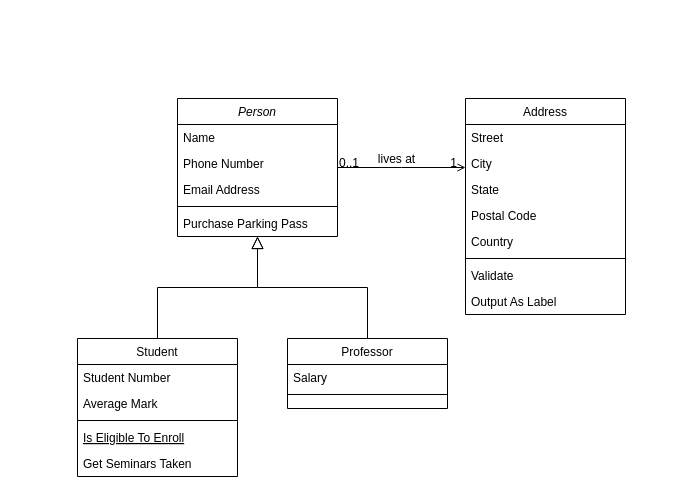
Earlier version of the draw.io diagram Модель сущностей.drawio (metaversia-ru/diagrams_public). Source tidied: cells renumbered, new cells numbered last; positions are measured from the earlier drawing's top-left corner, leaving out a move shared by most shapes. Both pictures are drawn from the tidied source at 100%, with x=0, y=0 at pixel (77, 98).
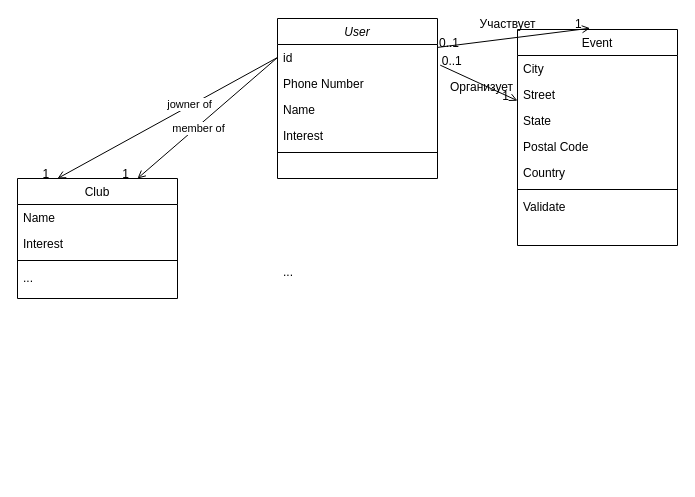
Above is the later version.

What changed in the source:
```diff
@@
-    <mxCell id="2" value="Person" style="swimlane;fontStyle=2;align=center;verticalAlign=top;horizontal=1;startSize=26;rounded=0;shadow=0;strokeWidth=1;" parent="1" vertex="1">
-      <mxGeometry x="100" width="160" height="138" as="geometry" />
+    <mxCell id="2" value="User" style="swimlane;fontStyle=2;align=center;verticalAlign=top;horizontal=1;startSize=26;rounded=0;shadow=0;strokeWidth=1;" parent="1" vertex="1">
+      <mxGeometry x="200" y="-80" width="160" height="160" as="geometry" />
     </mxCell>
-    <mxCell id="3" value="Name" style="text;align=left;verticalAlign=top;spacingLeft=4;spacingRight=4;overflow=hidden;points=[[0,0.5],[1,0.5]];portConstraint=eastwest;" parent="2" vertex="1">
+    <mxCell id="3" value="id" style="text;align=left;verticalAlign=top;spacingLeft=4;spacingRight=4;overflow=hidden;points=[[0,0.5],[1,0.5]];portConstraint=eastwest;" parent="2" vertex="1">
       <mxGeometry y="26" width="160" height="26" as="geometry" />
     </mxCell>
+    <mxCell id="32" value="Phone Number" style="text;align=left;verticalAlign=top;spacingLeft=4;spacingRight=4;overflow=hidden;rounded=0;shadow=0;html=0;" parent="2" vertex="1">
+      <mxGeometry y="52" width="160" height="26" as="geometry" />
+    </mxCell>
+    <mxCell id="33" value="Name" style="text;align=left;verticalAlign=top;spacingLeft=4;spacingRight=4;overflow=hidden;rounded=0;shadow=0;html=0;" parent="2" vertex="1">
+      <mxGeometry y="78" width="160" height="26" as="geometry" />
+    </mxCell>
-    <mxCell id="4" value="Phone Number" style="text;align=left;verticalAlign=top;spacingLeft=4;spacingRight=4;overflow=hidden;rounded=0;shadow=0;html=0;" parent="2" vertex="1">
-      <mxGeometry y="52" width="160" height="26" as="geometry" />
+    <mxCell id="4" value="Interest" style="text;align=left;verticalAlign=top;spacingLeft=4;spacingRight=4;overflow=hidden;rounded=0;shadow=0;html=0;" parent="2" vertex="1">
+      <mxGeometry y="104" width="160" height="26" as="geometry" />
     </mxCell>
-    <mxCell id="5" value="Email Address" style="text;align=left;verticalAlign=top;spacingLeft=4;spacingRight=4;overflow=hidden;rounded=0;shadow=0;html=0;" parent="2" vertex="1">
-      <mxGeometry y="78" width="160" height="26" as="geometry" />
-    </mxCell>
     <mxCell id="6" style="line;html=1;strokeWidth=1;align=left;verticalAlign=middle;spacingTop=-1;spacingLeft=3;spacingRight=3;labelPosition=right;" parent="2" vertex="1">
-      <mxGeometry y="104" width="160" height="8" as="geometry" />
+      <mxGeometry y="130" width="160" height="8" as="geometry" />
     </mxCell>
-    <mxCell id="7" value="Purchase Parking Pass" style="text;align=left;verticalAlign=top;spacingLeft=4;spacingRight=4;overflow=hidden;" parent="2" vertex="1">
-      <mxGeometry y="112" width="160" height="26" as="geometry" />
-    </mxCell>
-    <mxCell id="8" value="Student" style="swimlane;fontStyle=0;align=center;verticalAlign=top;horizontal=1;startSize=26;rounded=0;shadow=0;strokeWidth=1;" parent="1" vertex="1">
-      <mxGeometry y="240" width="160" height="138" as="geometry" />
-    </mxCell>
-    <mxCell id="9" value="Student Number" style="text;align=left;verticalAlign=top;spacingLeft=4;spacingRight=4;overflow=hidden;" parent="8" vertex="1">
-      <mxGeometry y="26" width="160" height="26" as="geometry" />
-    </mxCell>
-    <mxCell id="10" value="Average Mark" style="text;align=left;verticalAlign=top;spacingLeft=4;spacingRight=4;overflow=hidden;rounded=0;shadow=0;html=0;" parent="8" vertex="1">
-      <mxGeometry y="52" width="160" height="26" as="geometry" />
-    </mxCell>
-    <mxCell id="11" style="line;html=1;strokeWidth=1;align=left;verticalAlign=middle;spacingTop=-1;spacingLeft=3;spacingRight=3;labelPosition=right;" parent="8" vertex="1">
-      <mxGeometry y="78" width="160" height="8" as="geometry" />
-    </mxCell>
-    <mxCell id="12" value="Is Eligible To Enroll" style="text;align=left;verticalAlign=top;spacingLeft=4;spacingRight=4;overflow=hidden;fontStyle=4;" parent="8" vertex="1">
-      <mxGeometry y="86" width="160" height="26" as="geometry" />
-    </mxCell>
-    <mxCell id="13" value="Get Seminars Taken" style="text;align=left;verticalAlign=top;spacingLeft=4;spacingRight=4;overflow=hidden;" parent="8" vertex="1">
-      <mxGeometry y="112" width="160" height="26" as="geometry" />
-    </mxCell>
-    <mxCell id="14" style="endArrow=block;endSize=10;endFill=0;shadow=0;strokeWidth=1;rounded=0;edgeStyle=elbowEdgeStyle;elbow=vertical;" parent="1" edge="1" source="8" target="2">
-      <mxGeometry relative="1" as="geometry" />
-    </mxCell>
-    <mxCell id="15" value="Professor" style="swimlane;fontStyle=0;align=center;verticalAlign=top;horizontal=1;startSize=26;rounded=0;shadow=0;strokeWidth=1;" parent="1" vertex="1">
-      <mxGeometry x="210" y="240" width="160" height="70" as="geometry" />
-    </mxCell>
-    <mxCell id="16" value="Salary" style="text;align=left;verticalAlign=top;spacingLeft=4;spacingRight=4;overflow=hidden;" parent="15" vertex="1">
-      <mxGeometry y="26" width="160" height="26" as="geometry" />
-    </mxCell>
-    <mxCell id="17" style="line;html=1;strokeWidth=1;align=left;verticalAlign=middle;spacingTop=-1;spacingLeft=3;spacingRight=3;labelPosition=right;" parent="15" vertex="1">
-      <mxGeometry y="52" width="160" height="8" as="geometry" />
-    </mxCell>
-    <mxCell id="18" style="endArrow=block;endSize=10;endFill=0;shadow=0;strokeWidth=1;rounded=0;edgeStyle=elbowEdgeStyle;elbow=vertical;" parent="1" edge="1" source="15" target="2">
-      <mxGeometry relative="1" as="geometry" />
-    </mxCell>
-    <mxCell id="19" value="Address" style="swimlane;fontStyle=0;align=center;verticalAlign=top;horizontal=1;startSize=26;rounded=0;shadow=0;strokeWidth=1;" parent="1" vertex="1">
-      <mxGeometry x="388" width="160" height="216" as="geometry" />
+    <mxCell id="19" value="Event" style="swimlane;fontStyle=0;align=center;verticalAlign=top;horizontal=1;startSize=26;rounded=0;shadow=0;strokeWidth=1;" parent="1" vertex="1">
+      <mxGeometry x="440" y="-69" width="160" height="216" as="geometry" />
     </mxCell>
+    <mxCell id="21" value="City" style="text;align=left;verticalAlign=top;spacingLeft=4;spacingRight=4;overflow=hidden;rounded=0;shadow=0;html=0;" parent="19" vertex="1">
+      <mxGeometry y="26" width="160" height="26" as="geometry" />
+    </mxCell>
     <mxCell id="20" value="Street" style="text;align=left;verticalAlign=top;spacingLeft=4;spacingRight=4;overflow=hidden;" parent="19" vertex="1">
-      <mxGeometry y="26" width="160" height="26" as="geometry" />
+      <mxGeometry y="52" width="160" height="26" as="geometry" />
     </mxCell>
-    <mxCell id="21" value="City" style="text;align=left;verticalAlign=top;spacingLeft=4;spacingRight=4;overflow=hidden;rounded=0;shadow=0;html=0;" parent="19" vertex="1">
-      <mxGeometry y="52" width="160" height="26" as="geometry" />
-    </mxCell>
@@
-    <mxCell id="27" value="Output As Label" style="text;align=left;verticalAlign=top;spacingLeft=4;spacingRight=4;overflow=hidden;" parent="19" vertex="1">
-      <mxGeometry y="190" width="160" height="26" as="geometry" />
-    </mxCell>
-    <mxCell id="28" style="endArrow=open;shadow=0;strokeWidth=1;rounded=0;endFill=1;edgeStyle=elbowEdgeStyle;elbow=vertical;" parent="1" edge="1" source="2" target="19">
+    <mxCell id="28" style="endArrow=open;shadow=0;strokeWidth=1;rounded=0;endFill=1;elbow=vertical;exitX=1.017;exitY=0.795;exitDx=0;exitDy=0;exitPerimeter=0;" parent="1" edge="1" source="3" target="19">
       <mxGeometry x="0.5" y="41" relative="1" as="geometry">
         <mxPoint x="-40" y="32" as="offset" />
       </mxGeometry>
     </mxCell>
@@
-    <mxCell id="31" value="lives at" style="text;html=1;align=center;verticalAlign=middle;labelBackgroundColor=none;rounded=0;shadow=0;strokeWidth=1;fontSize=12;" parent="28" vertex="1">
+    <mxCell id="31" value="Организует" style="text;html=1;align=center;verticalAlign=middle;labelBackgroundColor=none;rounded=0;shadow=0;strokeWidth=1;fontSize=12;" parent="28" vertex="1">
       <mxGeometry x="0.5" y="49" relative="1" as="geometry">
         <mxPoint x="-38" y="40" as="offset" />
       </mxGeometry>
     </mxCell>
+    <mxCell id="34" style="endArrow=open;shadow=0;strokeWidth=1;rounded=0;endFill=1;elbow=horizontal;entryX=0.454;entryY=-0.006;entryDx=0;entryDy=0;entryPerimeter=0;" parent="1" edge="1" source="3" target="19">
+      <mxGeometry x="0.5" y="41" relative="1" as="geometry">
+        <mxPoint x="-40" y="32" as="offset" />
+      </mxGeometry>
+    </mxCell>
+    <mxCell id="35" value="0..1" style="align=left;verticalAlign=bottom;labelBackgroundColor=none;fontSize=12;" parent="34" vertex="1">
+      <mxGeometry x="-1" relative="1" as="geometry">
+        <mxPoint y="4" as="offset" />
+      </mxGeometry>
+    </mxCell>
+    <mxCell id="36" value="1" style="align=right;verticalAlign=bottom;labelBackgroundColor=none;fontSize=12;" parent="34" vertex="1">
+      <mxGeometry x="1" relative="1" as="geometry">
+        <mxPoint x="-7" y="4" as="offset" />
+      </mxGeometry>
+    </mxCell>
+    <mxCell id="37" value="Участвует" style="text;html=1;align=center;verticalAlign=middle;labelBackgroundColor=none;rounded=0;shadow=0;strokeWidth=1;fontSize=12;" parent="34" vertex="1">
+      <mxGeometry x="0.5" y="49" relative="1" as="geometry">
+        <mxPoint x="-38" y="40" as="offset" />
+      </mxGeometry>
+    </mxCell>
+    <mxCell id="38" value="Club" style="swimlane;fontStyle=0;align=center;verticalAlign=top;horizontal=1;startSize=26;rounded=0;shadow=0;strokeWidth=1;" parent="1" vertex="1">
+      <mxGeometry x="-60" y="80" width="160" height="120" as="geometry" />
+    </mxCell>
+    <mxCell id="39" value="Name" style="text;align=left;verticalAlign=top;spacingLeft=4;spacingRight=4;overflow=hidden;" parent="38" vertex="1">
+      <mxGeometry y="26" width="160" height="26" as="geometry" />
+    </mxCell>
+    <mxCell id="40" value="Interest" style="text;align=left;verticalAlign=top;spacingLeft=4;spacingRight=4;overflow=hidden;rounded=0;shadow=0;html=0;" parent="38" vertex="1">
+      <mxGeometry y="52" width="160" height="26" as="geometry" />
+    </mxCell>
+    <mxCell id="11" style="line;html=1;strokeWidth=1;align=left;verticalAlign=middle;spacingTop=-1;spacingLeft=3;spacingRight=3;labelPosition=right;" parent="38" vertex="1">
+      <mxGeometry y="78" width="160" height="8" as="geometry" />
+    </mxCell>
+    <mxCell id="41" value="..." style="text;align=left;verticalAlign=top;spacingLeft=4;spacingRight=4;overflow=hidden;" parent="38" vertex="1">
+      <mxGeometry y="86" width="160" height="26" as="geometry" />
+    </mxCell>
+    <mxCell id="42" style="endArrow=open;shadow=0;strokeWidth=1;rounded=0;endFill=1;elbow=horizontal;entryX=0.75;entryY=0;entryDx=0;entryDy=0;exitX=0;exitY=0.5;exitDx=0;exitDy=0;" parent="1" edge="1" source="3" target="38">
+      <mxGeometry x="0.5" y="41" relative="1" as="geometry">
+        <mxPoint x="-40" y="32" as="offset" />
+      </mxGeometry>
+    </mxCell>
+    <mxCell id="43" value="1" style="align=right;verticalAlign=bottom;labelBackgroundColor=none;fontSize=12;" parent="42" vertex="1">
+      <mxGeometry x="1" relative="1" as="geometry">
+        <mxPoint x="-7" y="4" as="offset" />
+      </mxGeometry>
+    </mxCell>
+    <mxCell id="44" value="member of" style="edgeLabel;html=1;align=center;verticalAlign=middle;" parent="42" vertex="1">
+      <mxGeometry x="0.15" y="1" relative="1" as="geometry" />
+    </mxCell>
+    <mxCell id="45" style="endArrow=open;shadow=0;strokeWidth=1;rounded=0;endFill=1;elbow=horizontal;entryX=0.25;entryY=0;entryDx=0;entryDy=0;exitX=0;exitY=0.5;exitDx=0;exitDy=0;" parent="1" edge="1" source="3" target="38">
+      <mxGeometry x="0.5" y="41" relative="1" as="geometry">
+        <mxPoint x="-40" y="32" as="offset" />
+      </mxGeometry>
+    </mxCell>
+    <mxCell id="46" style="align=left;verticalAlign=bottom;labelBackgroundColor=none;fontSize=12;" parent="45" vertex="1">
+      <mxGeometry x="-1" relative="1" as="geometry">
+        <mxPoint y="4" as="offset" />
+      </mxGeometry>
+    </mxCell>
+    <mxCell id="47" value="1" style="align=right;verticalAlign=bottom;labelBackgroundColor=none;fontSize=12;" parent="45" vertex="1">
+      <mxGeometry x="1" relative="1" as="geometry">
+        <mxPoint x="-7" y="4" as="offset" />
+      </mxGeometry>
+    </mxCell>
+    <mxCell id="48" value="jowner of" style="edgeLabel;html=1;align=center;verticalAlign=middle;" parent="45" vertex="1">
+      <mxGeometry x="-0.2" y="-2" relative="1" as="geometry" />
+    </mxCell>
+    <mxCell id="7" value="..." style="text;align=left;verticalAlign=top;spacingLeft=4;spacingRight=4;overflow=hidden;" parent="1" vertex="1">
+      <mxGeometry x="200" y="160" width="160" height="104" as="geometry" />
+    </mxCell>
```
